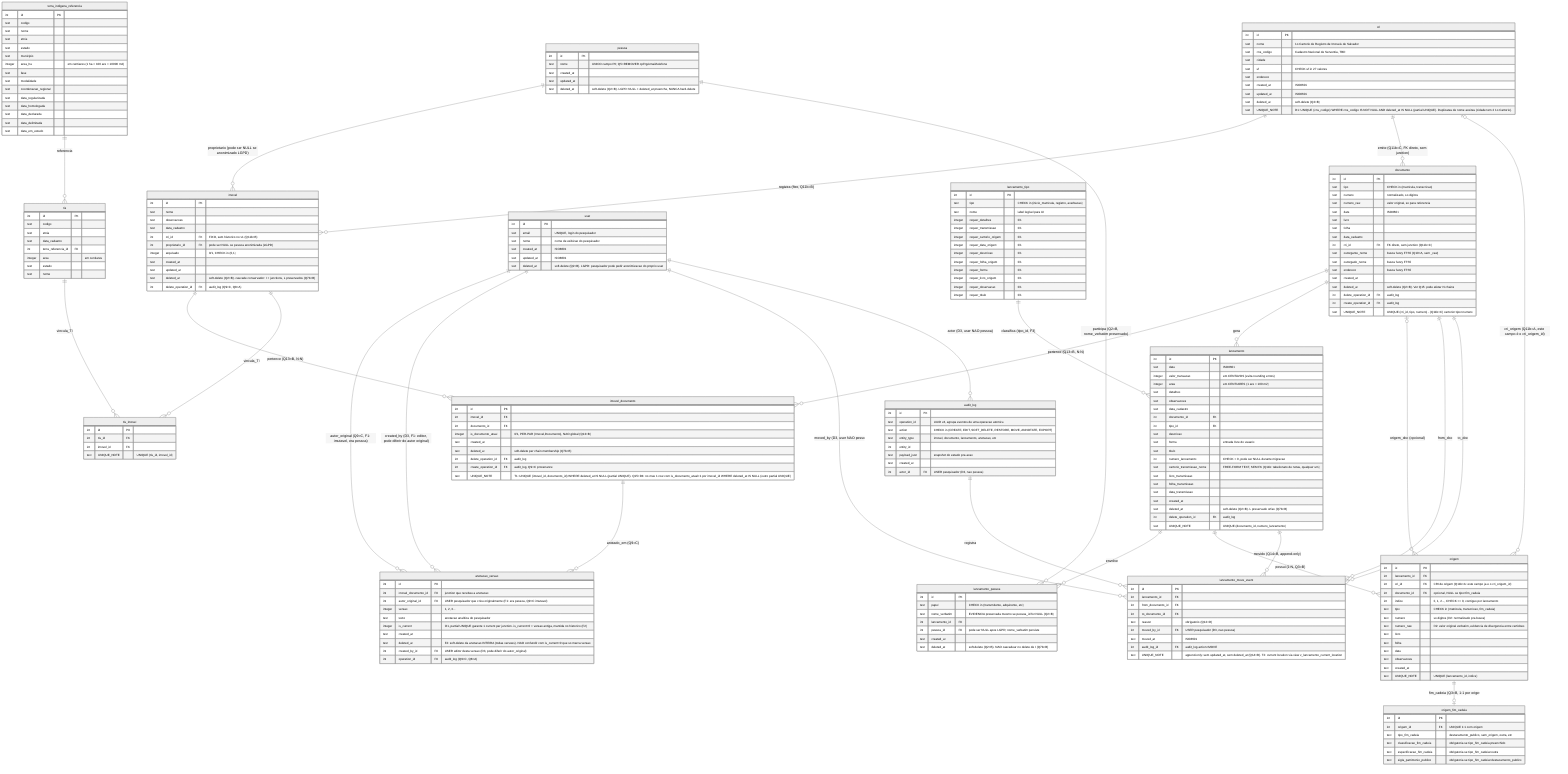
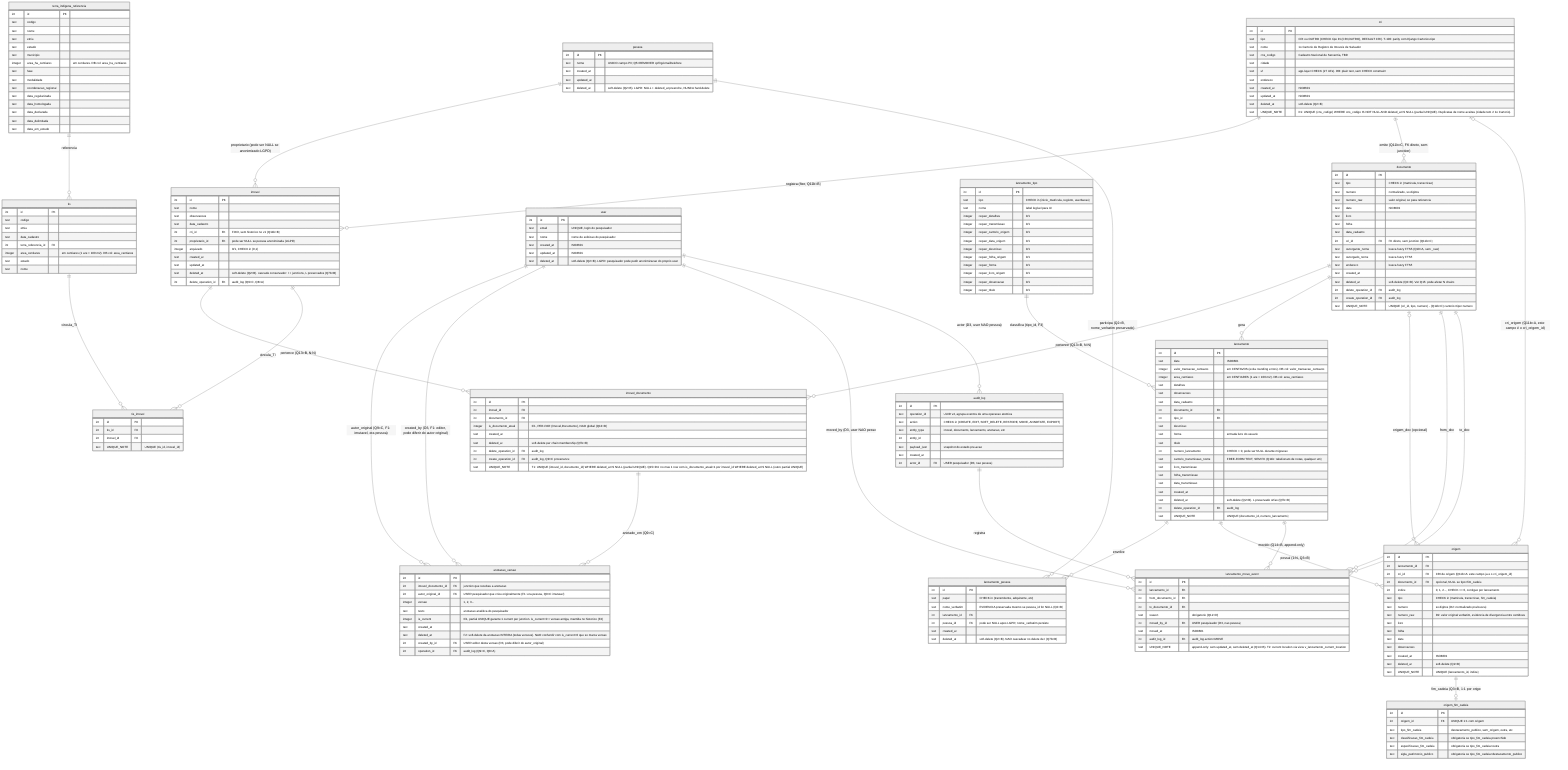
%%{init: {"theme":"neutral","er":{"layoutDirection":"LR","minEntityWidth":180,"minEntityHeight":90,"entityPadding":12},"themeVariables":{"fontSize":"12px"}}}%%
%% ERD v2 — Cadeia Dominial
%% Decisões: ver docs/db/SCHEMA_DECISOES_PENDENTES.md (Q1-Q15, Q11b, D1-D4, T1-T4)
%% Convenções SQLite/D1: TEXT ISO8601 p/ datas, INTEGER 0/1 p/ bool, INTEGER centavos p/ money
%% CHECK constraints vão via migration Drizzle (Mermaid interpreta -- e | em comentários)
%% Soft-delete: deleted_at TEXT NULL em todas as tabelas relevantes (Q2=B)
%% ============================================================================
%% ⚠️ T4 — Mermaid NÃO é schema. UNIQUE_NOTE é só documentação visual.
%%    A versão canônica é a Drizzle migration (T-101). Partial UNIQUE indexes
%%    (`WHERE deleted_at IS NULL`), CHECK constraints, FTS5 sync triggers,
%%    e a view v_lancamento_current_location (T2) NÃO aparecem no .mmd —
%%    aplicar via migration Drizzle + SQL DDL.
%% ============================================================================
erDiagram
    cri ||--o{ imovel : "registra (fixo, Q11b=B)"
    cri ||--o{ documento : "emite (Q11b=C, FK direto, sem junction)"
    imovel ||--o{ imovel_documento : "pertence (Q13=B, N:N)"
    documento ||--o{ imovel_documento : "pertence (Q13=B, N:N)"
    imovel_documento ||--o{ anotacao_versao : "anotado_em (Q9=C)"
    user ||--o{ anotacao_versao : "autor_original (Q9=C, F1: imutavel, era pessoa)"
    user ||--o{ anotacao_versao : "created_by (D3, F1: editor, pode diferir do autor original)"
    user ||--o{ lancamento_move_event : "moved_by (D3, user NAO pessoa)"
    user ||--o{ audit_log : "actor (D3, user NAO pessoa)"
    pessoa ||--o{ imovel : "proprietario (pode ser NULL se anonimizado LGPD)"
    pessoa ||--o{ lancamento_pessoa : "participa (Q2=B, nome_verbatim preservado)"
    lancamento ||--o{ lancamento_pessoa : "envolve"
    lancamento_tipo ||--o{ lancamento : "classifica (tipo_id, F3)"
    documento ||--o{ lancamento : "gera"
    documento o|--o{ origem : "origem_doc (opcional)"
    lancamento ||--o{ origem : "possui (1:N, Q3=B)"
    origem ||--o| origem_fim_cadeia : "fim_cadeia (Q3=B, 1:1 por origem)"
    cri o|--o{ origem : "cri_origem (Q11b=A, este campo é o cri_origem_id)"
    lancamento ||--o{ lancamento_move_event : "movido (Q14=B, append-only)"
    documento ||--o{ lancamento_move_event : "from_doc"
    documento ||--o{ lancamento_move_event : "to_doc"
    audit_log ||--o{ lancamento_move_event : "registra"
    imovel ||--o{ tis_imovel : "vincula_TI"
    tis ||--o{ tis_imovel : "vincula_TI"
    terra_indigena_referencia ||--o{ tis : "referencia"

    cri {
        int id PK
+         text tipo "CRI ou OUTRO (CHECK tipo IN (CRI,OUTRO), DEFAULT CRI). T-100: parity com Django Cartorios.tipo"
        text nome "1o Cartorio de Registro de Imoveis de Salvador"
        text cns_codigo "Cadastro Nacional de Serventia, TBD"
        text cidade
-         text uf "CHECK uf in 27 valores"
+         text uf "app-layer CHECK (27 UFs). DB: plain text, sem CHECK constraint"
        text endereco
        text created_at "ISO8601"
        text updated_at "ISO8601"
        text deleted_at "soft-delete (Q2=B)"
        text UNIQUE_NOTE "D1: UNIQUE (cns_codigo) WHERE cns_codigo IS NOT NULL AND deleted_at IS NULL (partial UNIQUE). Duplicatas de nome aceitas (cidade tem 2 1o Cartorio)."
    }

    user {
        int id PK
        text email "UNIQUE, login do pesquisador"
        text nome "nome de exibicao do pesquisador"
        text created_at "ISO8601"
        text updated_at "ISO8601"
        text deleted_at "soft-delete (Q2=B). LGPD: pesquisador pode pedir anonimizacao do proprio user"
    }

    pessoa {
        int id PK
        text nome "UNICO campo PII; Q5=REMOVER cpf/rg/email/telefone"
        text created_at
        text updated_at
        text deleted_at "soft-delete (Q2=B). LGPD: NULL + deleted_at preenche, NUNCA hard-delete"
    }

    imovel {
        int id PK
        text nome
        text observacoes
        text data_cadastro
        int cri_id FK "FIXO, sem historico no v1 (Q11b=B)"
        int proprietario_id FK "pode ser NULL se pessoa anonimizada (LGPD)"
        integer arquivado "0/1, CHECK in (0,1)"
        text created_at
        text updated_at
        text deleted_at "soft-delete (Q2=B). cascade conservador: I + junctions, L preservados (Q7b=B)"
        int delete_operation_id FK "audit_log (Q9=C, Q8=A)"
    }

    imovel_documento {
        int id PK
        int imovel_id FK
        int documento_id FK
        integer is_documento_atual "0/1, PER-PAR (Imovel,Documento), NAO global (Q13=B)"
        text created_at
        text deleted_at "soft-delete per chain membership (Q7b=B)"
        int delete_operation_id FK "audit_log"
        int create_operation_id FK "audit_log, Q9=C provenance"
        text UNIQUE_NOTE "T1: UNIQUE (imovel_id, documento_id) WHERE deleted_at IS NULL (partial UNIQUE). Q15=D4: no max 1 row com is_documento_atual=1 por imovel_id WHERE deleted_at IS NULL (outro partial UNIQUE)"
    }

    documento {
        int id PK
        text tipo "CHECK in (matricula, transcricao)"
        text numero "normalizado, so digitos"
        text numero_raw "valor original, so para referencia"
        text data "ISO8601"
        text livro
        text folha
        text data_cadastro
        int cri_id FK "FK direto, sem junction (Q11b=C)"
        text outorgante_nome "busca fuzzy FTS5 (Q10=A, sem _raw)"
        text outorgado_nome "busca fuzzy FTS5"
        text endereco "busca fuzzy FTS5"
        text created_at
        text deleted_at "soft-delete (Q2=B). Ver Q15: pode afetar N chains"
        int delete_operation_id FK "audit_log"
        int create_operation_id FK "audit_log"
        text UNIQUE_NOTE "UNIQUE (cri_id, tipo, numero) - (Q11b=C) cartorio+tipo+numero"
    }

    lancamento_tipo {
        int id PK
        text tipo "CHECK in (inicio_matricula, registro, averbacao)"
        text nome "label legivel para UI"
        integer requer_detalhes "0/1"
        integer requer_transmissao "0/1"
        integer requer_cartorio_origem "0/1"
        integer requer_data_origem "0/1"
        integer requer_descricao "0/1"
        integer requer_folha_origem "0/1"
        integer requer_forma "0/1"
        integer requer_livro_origem "0/1"
        integer requer_observacao "0/1"
        integer requer_titulo "0/1"
    }

    lancamento {
        int id PK
        text data "ISO8601"
-         integer valor_transacao "em CENTAVOS (evita rounding errors)"
-         integer area "em CENTIARES (1 are = 100 m2)"
+         integer valor_transacao_centavos "em CENTAVOS (evita rounding errors). DB col: valor_transacao_centavos"
+         integer area_centiares "em CENTIARES (1 are = 100 m2). DB col: area_centiares"
        text detalhes
        text observacoes
        text data_cadastro
        int documento_id FK
        int tipo_id FK
        text descricao
        text forma "entrada livre do usuario"
        text titulo
        int numero_lancamento "CHECK > 0, pode ser NULL durante migracao"
        text cartorio_transmissao_nome "FREE-FORM TEXT, SEM FK (Q11b: tabelionato de notas, qualquer um)"
        text livro_transmissao
        text folha_transmissao
        text data_transmissao
        text created_at
        text deleted_at "soft-delete (Q2=B). L preservado orfao (Q7b=B)"
        int delete_operation_id FK "audit_log"
        text UNIQUE_NOTE "UNIQUE (documento_id, numero_lancamento)"
    }

    lancamento_pessoa {
        int id PK
        text papel "CHECK in (transmitente, adquirente, etc)"
        text nome_verbatim "EVIDENCIA preservada mesmo se pessoa_id for NULL (Q2=B)"
        int lancamento_id FK
        int pessoa_id FK "pode ser NULL apos LGPD; nome_verbatim persiste"
        text created_at
        text deleted_at "soft-delete (Q2=B). NAO cascadear no delete de I (Q7b=B)"
    }

    origem {
        int id PK
        int lancamento_id FK
        int cri_id FK "CRI de origem (Q11b=A: este campo ja e o cri_origem_id)"
        int documento_id FK "opcional, NULL se tipo=fim_cadeia"
        int indice "0, 1, 2..., CHECK >= 0, contiguo por lancamento"
        text tipo "CHECK in (matricula, transcricao, fim_cadeia)"
        text numero "so digitos (D2: normalizado pra busca)"
        text numero_raw "D2: valor original verbatim, evidencia de divergencia entre certidoes"
        text livro
        text folha
        text data
        text observacoes
-         text created_at
+         text created_at "ISO8601"
+         text deleted_at "soft-delete (Q2=B)"
        text UNIQUE_NOTE "UNIQUE (lancamento_id, indice)"
    }

    origem_fim_cadeia {
        int id PK
        int origem_id FK "UNIQUE 1:1 com origem"
        text tipo_fim_cadeia "destacamento_publico, sem_origem, outra, etc"
        text classificacao_fim_cadeia "obrigatoria se tipo_fim_cadeia preenchido"
        text especificacao_fim_cadeia "obrigatoria se tipo_fim_cadeia=outra"
        text sigla_patrimonio_publico "obrigatoria se tipo_fim_cadeia=destacamento_publico"
    }

    anotacao_versao {
        int id PK
        int imovel_documento_id FK "junction que recebeu a anotacao"
        int autor_original_id FK "USER pesquisador que criou originalmente (F1: era pessoa, Q9=C imutavel)"
        integer versao "1, 2, 3..."
        text texto "anotacao analitica do pesquisador"
        integer is_current "0/1, partial UNIQUE garante 1 current per junction. is_current=0 = versao antiga, mantida no historico (F2)"
        text created_at
        text deleted_at "F2: soft-delete da anotacao INTEIRA (todas versoes). NAO confundir com is_current=0 que so marca versao"
        int created_by_id FK "USER editor desta versao (D3, pode diferir do autor_original)"
        int operation_id FK "audit_log (Q9=C, Q8=A)"
    }

    lancamento_move_event {
        int id PK
        int lancamento_id FK
        int from_documento_id FK
        int to_documento_id FK
        text reason "obrigatorio (Q12=D)"
        int moved_by_id FK "USER pesquisador (D3, nao pessoa)"
        text moved_at "ISO8601"
        int audit_log_id FK "audit_log.action=MOVE"
        text UNIQUE_NOTE "append-only: sem updated_at, sem deleted_at (Q14=B). T2: current location via view v_lancamento_current_location"
    }

    audit_log {
        int id PK
        text operation_id "UUID v4, agrupa eventos de uma operacao atomica"
        text action "CHECK in (CREATE, EDIT, SOFT_DELETE, RESTORE, MOVE, ANNOTATE, EXPORT)"
        text entity_type "imovel, documento, lancamento, anotacao, etc"
        int entity_id
        text payload_json "snapshot do estado pre-acao"
        text created_at
        int actor_id FK "USER pesquisador (D3, nao pessoa)"
    }

    tis {
        int id PK
        text codigo
        text etnia
        text data_cadastro
        int terra_referencia_id FK
-         integer area "em centiares"
+         integer area_centiares "em centiares (1 are = 100 m2). DB col: area_centiares"
        text estado
        text nome
    }

    tis_imovel {
        int id PK
        int tis_id FK
        int imovel_id FK
        text UNIQUE_NOTE "UNIQUE (tis_id, imovel_id)"
    }

    terra_indigena_referencia {
        int id PK
        text codigo
        text nome
        text etnia
        text estado
        text municipio
-         integer area_ha "em centiares (1 ha = 100 are = 10000 m2)"
+         integer area_ha_centiares "em centiares. DB col: area_ha_centiares"
        text fase
        text modalidade
        text coordenacao_regional
        text data_regularizada
        text data_homologada
        text data_declarada
        text data_delimitada
        text data_em_estudo
    }
